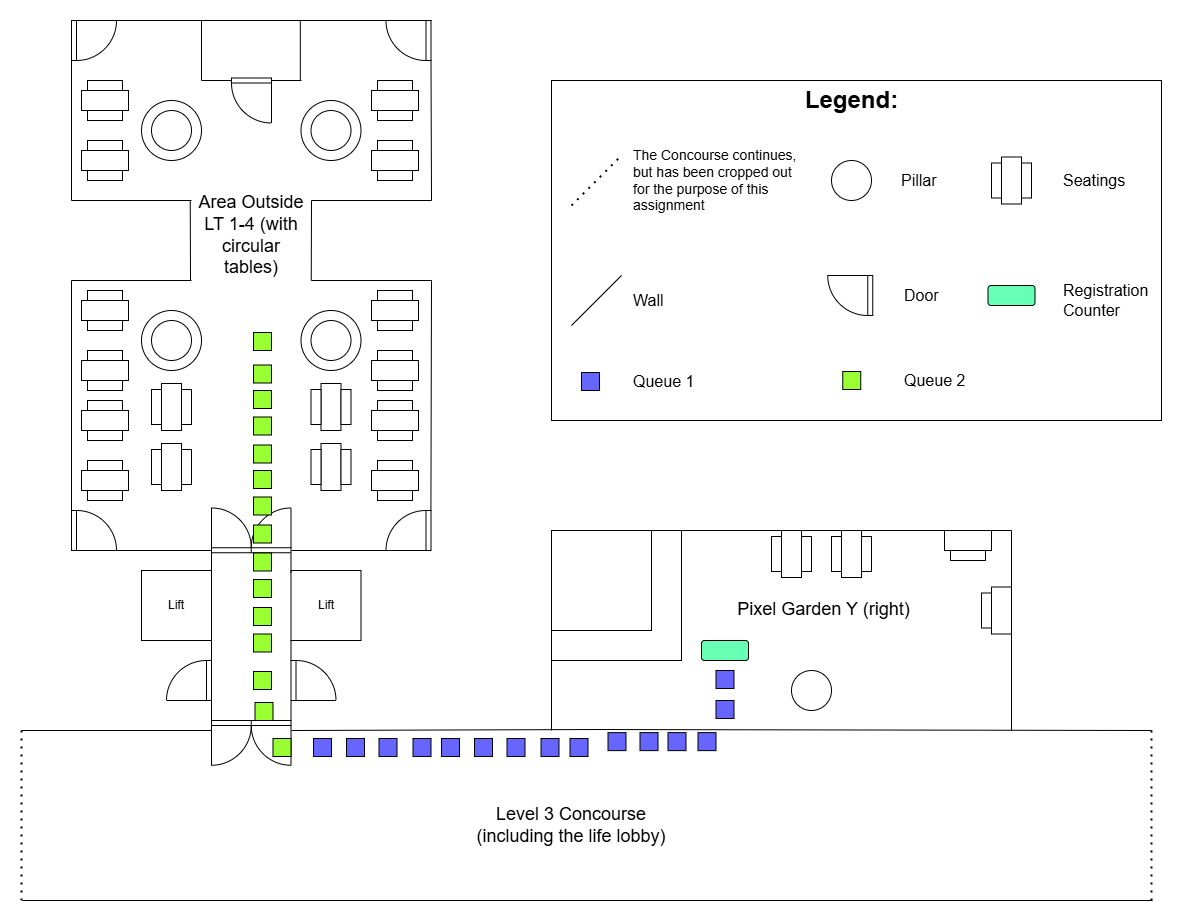
This is DSAG Assignment Task B.drawio.png from yaboywf/DSAG-Assignment, a draw.io export, as it was before one commit. Source tidied: cells renumbered, new cells last; positions are measured from the earlier drawing's top-left corner, leaving out a move shared by most shapes.
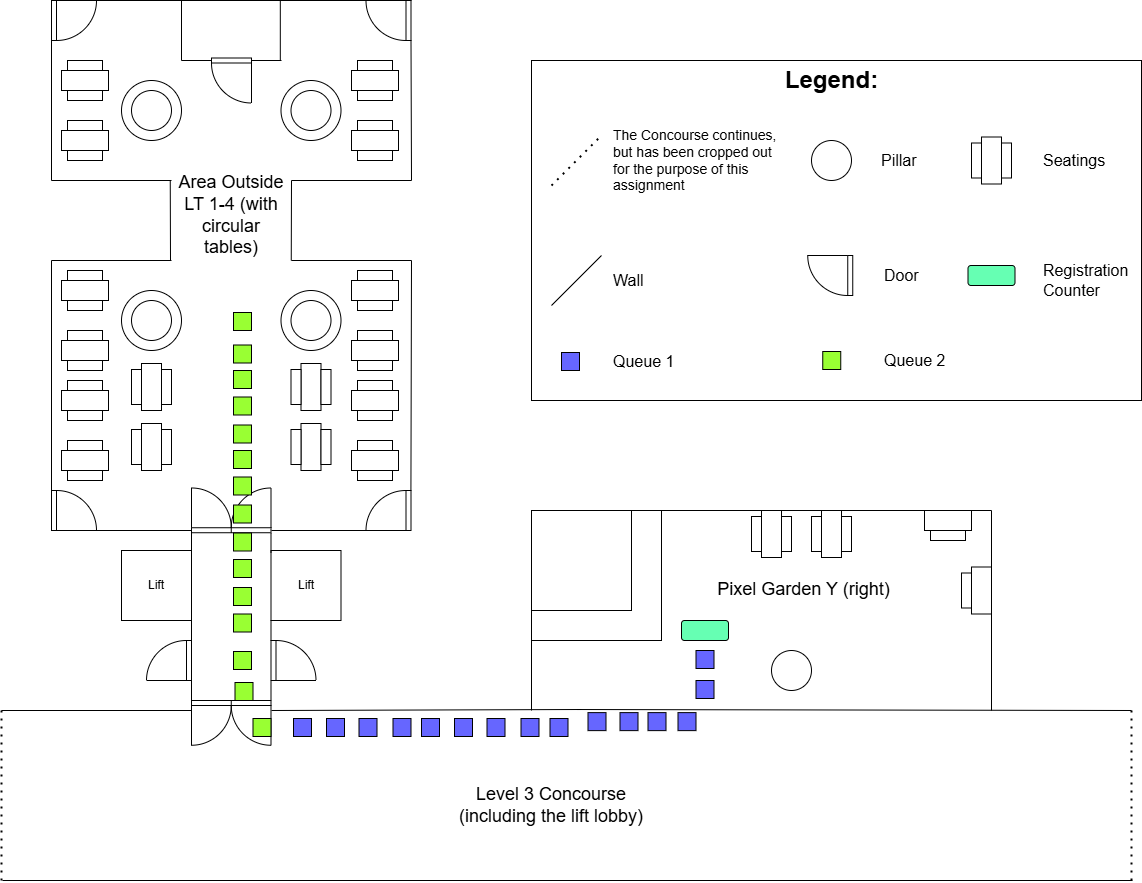
After the commit.

Diff of the diagram source:
```diff
@@ -467,7 +467,7 @@
     <mxCell id="125" value="&lt;font style=&quot;font-size: 16px;&quot;&gt;Seatings&lt;/font&gt;" style="text;html=1;align=left;verticalAlign=middle;whiteSpace=wrap;rounded=0;" parent="1" vertex="1">
       <mxGeometry x="1040" y="145" width="60" height="30" as="geometry" />
     </mxCell>
-    <mxCell id="126" value="&lt;font style=&quot;font-size: 18px;&quot;&gt;Level 3 Concourse (including the life lobby)&lt;/font&gt;" style="text;html=1;align=center;verticalAlign=middle;whiteSpace=wrap;rounded=0;" parent="1" vertex="1">
+    <mxCell id="126" value="&lt;font style=&quot;font-size: 18px;&quot;&gt;Level 3 Concourse (including the lift lobby)&lt;/font&gt;" style="text;html=1;align=center;verticalAlign=middle;whiteSpace=wrap;rounded=0;" parent="1" vertex="1">
       <mxGeometry x="450" y="790" width="200" height="30" as="geometry" />
     </mxCell>
     <mxCell id="127" value="&lt;div style=&quot;line-height: 19px; white-space: pre;&quot;&gt;&lt;font style=&quot;font-size: 18px;&quot; face=&quot;Helvetica&quot;&gt;Pixel Garden Y (right)&lt;/font&gt;&lt;/div&gt;" style="text;html=1;align=center;verticalAlign=middle;whiteSpace=wrap;rounded=0;" parent="1" vertex="1">
```
